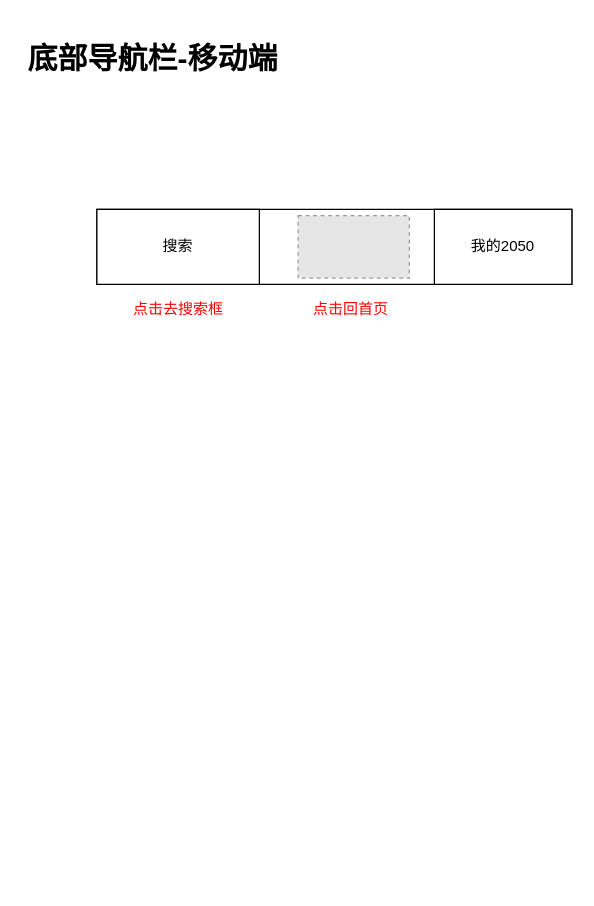
Before: page "移动端" (2 of 2) of docs/ProductDoc/新生论坛原型图线框图.drawio in sunny0826/document, a draw.io diagram. Source tidied: cells renumbered, new cells numbered last; positions are measured from the earlier drawing's top-left corner, leaving out a move shared by most shapes. Both pictures are drawn from the tidied source at 125%, with x=0, y=0 at pixel (21, 34). Pictures stored in the file or linked from it are replaced by grey dashed boxes.
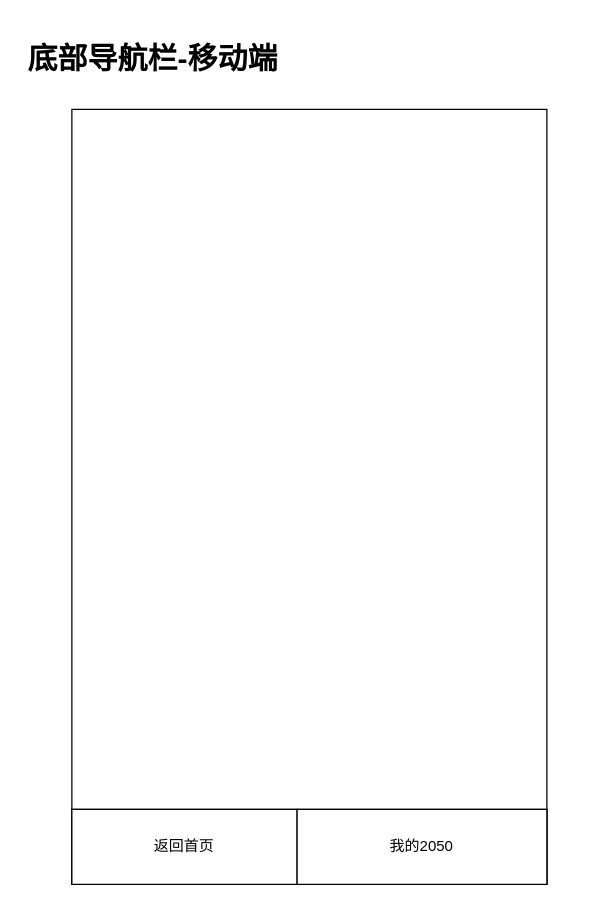
After the change.

The edit, as a diff of the source:
```diff
@@
 <mxGraphModel>
   <root>
     <mxCell id="0" />
     <mxCell id="1" parent="0" />
+    <mxCell id="9" style="rounded=0;whiteSpace=wrap;html=1;fontSize=18;fontColor=#FF0000;strokeColor=#000000;fillColor=default;align=left;verticalAlign=top;" parent="1" vertex="1">
+      <mxGeometry x="40" y="60" width="380" height="620" as="geometry" />
+    </mxCell>
     <mxCell id="2" value="&lt;h1&gt;底部导航栏-移动端&lt;/h1&gt;" style="text;html=1;strokeColor=none;fillColor=none;spacing=5;spacingTop=-20;whiteSpace=wrap;overflow=hidden;rounded=0;" parent="1" vertex="1">
       <mxGeometry width="310" height="50" as="geometry" />
     </mxCell>
     <mxCell id="3" style="rounded=0;whiteSpace=wrap;html=1;fontSize=15;fontColor=#000000;strokeColor=#000000;fillColor=default;" parent="1" vertex="1">
-      <mxGeometry x="60" y="140" width="380" height="60" as="geometry" />
+      <mxGeometry x="40" y="620" width="380" height="60" as="geometry" />
     </mxCell>
-    <mxCell id="4" style="fillColor=#E6E6E6;strokeColor=#999999;dashed=1;verticalLabelPosition=bottom;labelBackgroundColor=#ffffff;verticalAlign=top;" parent="1" vertex="1">
-      <mxGeometry x="221" y="145" width="89" height="50" as="geometry" />
-    </mxCell>
     <mxCell id="5" value="我的2050" style="rounded=0;whiteSpace=wrap;html=1;" parent="1" vertex="1">
-      <mxGeometry x="330" y="140" width="110" height="60" as="geometry" />
+      <mxGeometry x="220" y="620" width="200" height="60" as="geometry" />
     </mxCell>
-    <mxCell id="6" value="搜索" style="rounded=0;whiteSpace=wrap;html=1;" parent="1" vertex="1">
-      <mxGeometry x="60" y="140" width="130" height="60" as="geometry" />
-    </mxCell>
-    <mxCell id="7" value="点击回首页" style="text;html=1;strokeColor=none;fillColor=none;align=center;verticalAlign=middle;whiteSpace=wrap;rounded=0;fontColor=#FF0000;" parent="1" vertex="1">
-      <mxGeometry x="221" y="200" width="84.5" height="40" as="geometry" />
-    </mxCell>
-    <mxCell id="8" value="点击去搜索框" style="text;html=1;strokeColor=none;fillColor=none;align=center;verticalAlign=middle;whiteSpace=wrap;rounded=0;fontColor=#FF0000;" parent="1" vertex="1">
-      <mxGeometry x="82.7" y="200" width="84.5" height="40" as="geometry" />
-    </mxCell>
+    <mxCell id="10" value="返回首页" style="rounded=0;whiteSpace=wrap;html=1;" parent="1" vertex="1">
+      <mxGeometry x="40" y="620" width="180" height="60" as="geometry" />
+    </mxCell>
   </root>
 </mxGraphModel>
```
